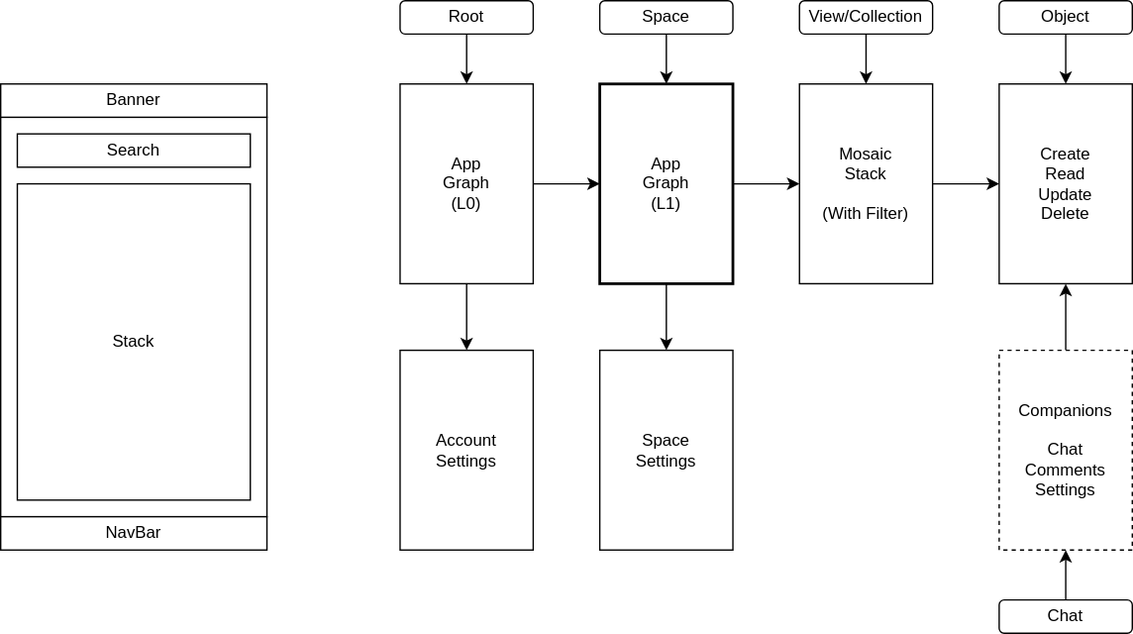
dxos/dxos keeps this draw.io diagram as packages/plugins/plugin-simple-layout/docs/layout.drawio.svg. Above is the earlier version. Source tidied: cells renumbered, new cells last; positions are measured from the earlier drawing's top-left corner, leaving out a move shared by most shapes.
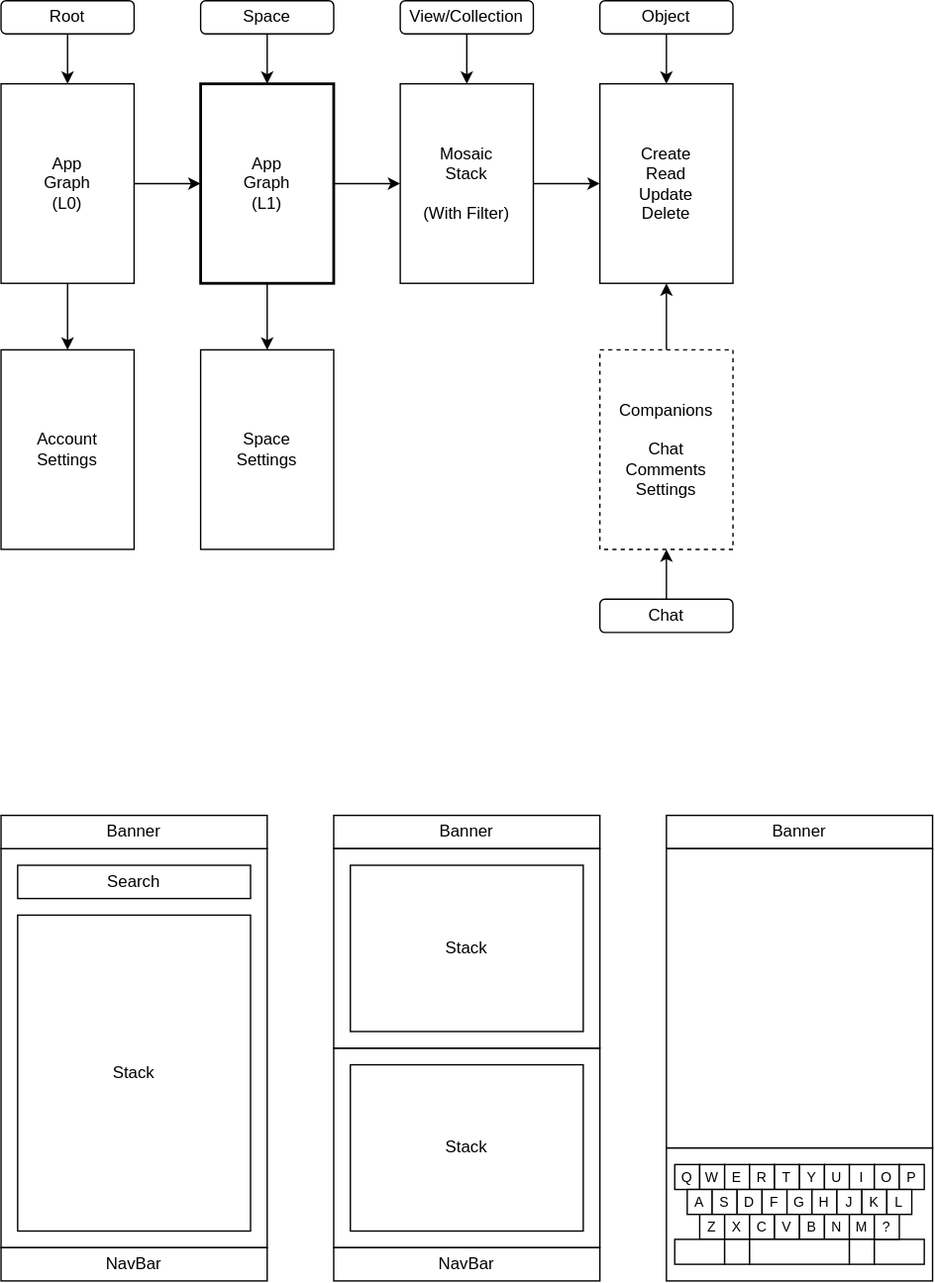
Later version of the same file.

Commit message:
feat: update virtualizer viewport type, refactor board viewport management, and refresh layout diagram

Diff of the diagram source:
```diff
@@ -2,6 +2,108 @@
   <root>
     <mxCell id="0" />
     <mxCell id="1" parent="0" />
+    <mxCell id="30" style="group;" parent="1" vertex="1">
+      <mxGeometry x="774" y="840" width="186" height="84" as="geometry" />
+    </mxCell>
+    <mxCell id="31" style="rounded=0;whiteSpace=wrap;html=1;" parent="30" vertex="1">
+      <mxGeometry x="-6" y="-12" width="192" height="96" as="geometry" />
+    </mxCell>
+    <mxCell id="32" value="Q" style="rounded=0;whiteSpace=wrap;html=1;fontSize=10;" parent="30" vertex="1">
+      <mxGeometry width="18" height="18" as="geometry" />
+    </mxCell>
+    <mxCell id="33" value="W" style="rounded=0;whiteSpace=wrap;html=1;fontSize=10;" parent="30" vertex="1">
+      <mxGeometry x="18" width="18" height="18" as="geometry" />
+    </mxCell>
+    <mxCell id="34" value="E" style="rounded=0;whiteSpace=wrap;html=1;fontSize=10;" parent="30" vertex="1">
+      <mxGeometry x="36" width="18" height="18" as="geometry" />
+    </mxCell>
+    <mxCell id="35" value="R" style="rounded=0;whiteSpace=wrap;html=1;fontSize=10;" parent="30" vertex="1">
+      <mxGeometry x="54" width="18" height="18" as="geometry" />
+    </mxCell>
+    <mxCell id="36" value="T" style="rounded=0;whiteSpace=wrap;html=1;fontSize=10;" parent="30" vertex="1">
+      <mxGeometry x="72" width="18" height="18" as="geometry" />
+    </mxCell>
+    <mxCell id="37" value="Y" style="rounded=0;whiteSpace=wrap;html=1;fontSize=10;" parent="30" vertex="1">
+      <mxGeometry x="90" width="18" height="18" as="geometry" />
+    </mxCell>
+    <mxCell id="38" value="U" style="rounded=0;whiteSpace=wrap;html=1;fontSize=10;" parent="30" vertex="1">
+      <mxGeometry x="108" width="18" height="18" as="geometry" />
+    </mxCell>
+    <mxCell id="39" value="I" style="rounded=0;whiteSpace=wrap;html=1;fontSize=10;" parent="30" vertex="1">
+      <mxGeometry x="126" width="18" height="18" as="geometry" />
+    </mxCell>
+    <mxCell id="40" value="O" style="rounded=0;whiteSpace=wrap;html=1;fontSize=10;" parent="30" vertex="1">
+      <mxGeometry x="144" width="18" height="18" as="geometry" />
+    </mxCell>
+    <mxCell id="41" value="P" style="rounded=0;whiteSpace=wrap;html=1;fontSize=10;" parent="30" vertex="1">
+      <mxGeometry x="162" width="18" height="18" as="geometry" />
+    </mxCell>
+    <mxCell id="42" value="A" style="rounded=0;whiteSpace=wrap;html=1;fontSize=10;" parent="30" vertex="1">
+      <mxGeometry x="9" y="18" width="18" height="18" as="geometry" />
+    </mxCell>
+    <mxCell id="43" value="S" style="rounded=0;whiteSpace=wrap;html=1;fontSize=10;" parent="30" vertex="1">
+      <mxGeometry x="27" y="18" width="18" height="18" as="geometry" />
+    </mxCell>
+    <mxCell id="44" value="D" style="rounded=0;whiteSpace=wrap;html=1;fontSize=10;" parent="30" vertex="1">
+      <mxGeometry x="45" y="18" width="18" height="18" as="geometry" />
+    </mxCell>
+    <mxCell id="45" value="F" style="rounded=0;whiteSpace=wrap;html=1;fontSize=10;" parent="30" vertex="1">
+      <mxGeometry x="63" y="18" width="18" height="18" as="geometry" />
+    </mxCell>
+    <mxCell id="46" value="G" style="rounded=0;whiteSpace=wrap;html=1;fontSize=10;" parent="30" vertex="1">
+      <mxGeometry x="81" y="18" width="18" height="18" as="geometry" />
+    </mxCell>
+    <mxCell id="47" value="H" style="rounded=0;whiteSpace=wrap;html=1;fontSize=10;" parent="30" vertex="1">
+      <mxGeometry x="99" y="18" width="18" height="18" as="geometry" />
+    </mxCell>
+    <mxCell id="48" value="J" style="rounded=0;whiteSpace=wrap;html=1;fontSize=10;" parent="30" vertex="1">
+      <mxGeometry x="117" y="18" width="18" height="18" as="geometry" />
+    </mxCell>
+    <mxCell id="49" value="K" style="rounded=0;whiteSpace=wrap;html=1;fontSize=10;" parent="30" vertex="1">
+      <mxGeometry x="135" y="18" width="18" height="18" as="geometry" />
+    </mxCell>
+    <mxCell id="50" value="L" style="rounded=0;whiteSpace=wrap;html=1;fontSize=10;" parent="30" vertex="1">
+      <mxGeometry x="153" y="18" width="18" height="18" as="geometry" />
+    </mxCell>
+    <mxCell id="51" value="Z" style="rounded=0;whiteSpace=wrap;html=1;fontSize=10;" parent="30" vertex="1">
+      <mxGeometry x="18" y="36" width="18" height="18" as="geometry" />
+    </mxCell>
+    <mxCell id="52" value="X" style="rounded=0;whiteSpace=wrap;html=1;fontSize=10;" parent="30" vertex="1">
+      <mxGeometry x="36" y="36" width="18" height="18" as="geometry" />
+    </mxCell>
+    <mxCell id="53" value="C" style="rounded=0;whiteSpace=wrap;html=1;fontSize=10;" parent="30" vertex="1">
+      <mxGeometry x="54" y="36" width="18" height="18" as="geometry" />
+    </mxCell>
+    <mxCell id="54" value="V" style="rounded=0;whiteSpace=wrap;html=1;fontSize=10;" parent="30" vertex="1">
+      <mxGeometry x="72" y="36" width="18" height="18" as="geometry" />
+    </mxCell>
+    <mxCell id="55" value="B" style="rounded=0;whiteSpace=wrap;html=1;fontSize=10;" parent="30" vertex="1">
+      <mxGeometry x="90" y="36" width="18" height="18" as="geometry" />
+    </mxCell>
+    <mxCell id="56" value="N" style="rounded=0;whiteSpace=wrap;html=1;fontSize=10;" parent="30" vertex="1">
+      <mxGeometry x="108" y="36" width="18" height="18" as="geometry" />
+    </mxCell>
+    <mxCell id="57" value="M" style="rounded=0;whiteSpace=wrap;html=1;fontSize=10;" parent="30" vertex="1">
+      <mxGeometry x="126" y="36" width="18" height="18" as="geometry" />
+    </mxCell>
+    <mxCell id="58" style="rounded=0;whiteSpace=wrap;html=1;fontSize=10;" parent="30" vertex="1">
+      <mxGeometry y="54" width="36" height="18" as="geometry" />
+    </mxCell>
+    <mxCell id="59" style="rounded=0;whiteSpace=wrap;html=1;fontSize=10;" parent="30" vertex="1">
+      <mxGeometry x="36" y="54" width="18" height="18" as="geometry" />
+    </mxCell>
+    <mxCell id="60" style="rounded=0;whiteSpace=wrap;html=1;fontSize=10;" parent="30" vertex="1">
+      <mxGeometry x="54" y="54" width="72" height="18" as="geometry" />
+    </mxCell>
+    <mxCell id="61" style="rounded=0;whiteSpace=wrap;html=1;fontSize=10;" parent="30" vertex="1">
+      <mxGeometry x="126" y="54" width="18" height="18" as="geometry" />
+    </mxCell>
+    <mxCell id="62" style="rounded=0;whiteSpace=wrap;html=1;fontSize=10;" parent="30" vertex="1">
+      <mxGeometry x="144" y="54" width="36" height="18" as="geometry" />
+    </mxCell>
+    <mxCell id="63" value="?" style="rounded=0;whiteSpace=wrap;html=1;fontSize=10;" parent="30" vertex="1">
+      <mxGeometry x="144" y="36" width="18" height="18" as="geometry" />
+    </mxCell>
     <mxCell id="2" style="edgeStyle=none;html=1;exitX=1;exitY=0.5;exitDx=0;exitDy=0;" parent="1" edge="1" source="4" target="7">
       <mxGeometry relative="1" as="geometry" />
     </mxCell>
@@ -72,19 +174,43 @@
       <mxGeometry x="720" y="432" width="96" height="24" as="geometry" />
     </mxCell>
     <mxCell id="25" style="rounded=0;whiteSpace=wrap;html=1;" parent="1" vertex="1">
-      <mxGeometry y="84" width="192" height="288" as="geometry" />
+      <mxGeometry x="528" y="756" width="192" height="144" as="geometry" />
     </mxCell>
     <mxCell id="26" value="NavBar" style="rounded=0;whiteSpace=wrap;html=1;" parent="1" vertex="1">
-      <mxGeometry y="372" width="192" height="24" as="geometry" />
+      <mxGeometry x="528" y="900" width="192" height="24" as="geometry" />
     </mxCell>
     <mxCell id="27" value="Banner" style="rounded=0;whiteSpace=wrap;html=1;" parent="1" vertex="1">
-      <mxGeometry y="60" width="192" height="24" as="geometry" />
+      <mxGeometry x="528" y="588" width="192" height="24" as="geometry" />
     </mxCell>
+    <mxCell id="64" style="rounded=0;whiteSpace=wrap;html=1;" parent="1" vertex="1">
+      <mxGeometry x="288" y="612" width="192" height="288" as="geometry" />
+    </mxCell>
+    <mxCell id="65" value="NavBar" style="rounded=0;whiteSpace=wrap;html=1;" parent="1" vertex="1">
+      <mxGeometry x="288" y="900" width="192" height="24" as="geometry" />
+    </mxCell>
+    <mxCell id="66" value="Banner" style="rounded=0;whiteSpace=wrap;html=1;" parent="1" vertex="1">
+      <mxGeometry x="288" y="588" width="192" height="24" as="geometry" />
+    </mxCell>
     <mxCell id="28" value="Search" style="rounded=0;whiteSpace=wrap;html=1;" parent="1" vertex="1">
-      <mxGeometry x="12" y="96" width="168" height="24" as="geometry" />
+      <mxGeometry x="300" y="624" width="168" height="24" as="geometry" />
     </mxCell>
-    <mxCell id="29" value="Stack" style="rounded=0;whiteSpace=wrap;html=1;" parent="1" vertex="1">
-      <mxGeometry x="12" y="132" width="168" height="228" as="geometry" />
-    </mxCell>
+    <mxCell id="67" value="Stack" style="rounded=0;whiteSpace=wrap;html=1;" parent="1" vertex="1">
+      <mxGeometry x="300" y="660" width="168" height="228" as="geometry" />
+    </mxCell>
+    <mxCell id="68" style="rounded=0;whiteSpace=wrap;html=1;" parent="1" vertex="1">
+      <mxGeometry x="528" y="612" width="192" height="144" as="geometry" />
+    </mxCell>
+    <mxCell id="69" value="Banner" style="rounded=0;whiteSpace=wrap;html=1;" parent="1" vertex="1">
+      <mxGeometry x="768" y="588" width="192" height="24" as="geometry" />
+    </mxCell>
+    <mxCell id="70" style="rounded=0;whiteSpace=wrap;html=1;" parent="1" vertex="1">
+      <mxGeometry x="768" y="612" width="192" height="216" as="geometry" />
+    </mxCell>
+    <mxCell id="71" value="Stack" style="rounded=0;whiteSpace=wrap;html=1;" parent="1" vertex="1">
+      <mxGeometry x="540" y="624" width="168" height="120" as="geometry" />
+    </mxCell>
+    <mxCell id="72" value="Stack" style="rounded=0;whiteSpace=wrap;html=1;" parent="1" vertex="1">
+      <mxGeometry x="540" y="768" width="168" height="120" as="geometry" />
+    </mxCell>
   </root>
 </mxGraphModel>
```
